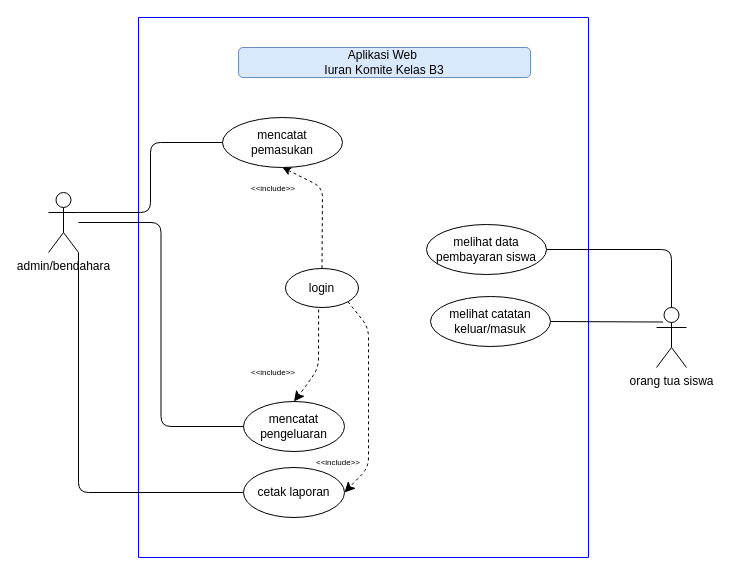
The draw.io diagram komite_al_adaby.drawio in eenattayani/desain, before the edit. Source tidied: cells renumbered, new cells numbered last; positions are measured from the earlier drawing's top-left corner, leaving out a move shared by most shapes. Both pictures are drawn from the tidied source at 100%, with x=0, y=0 at pixel (48, 17).
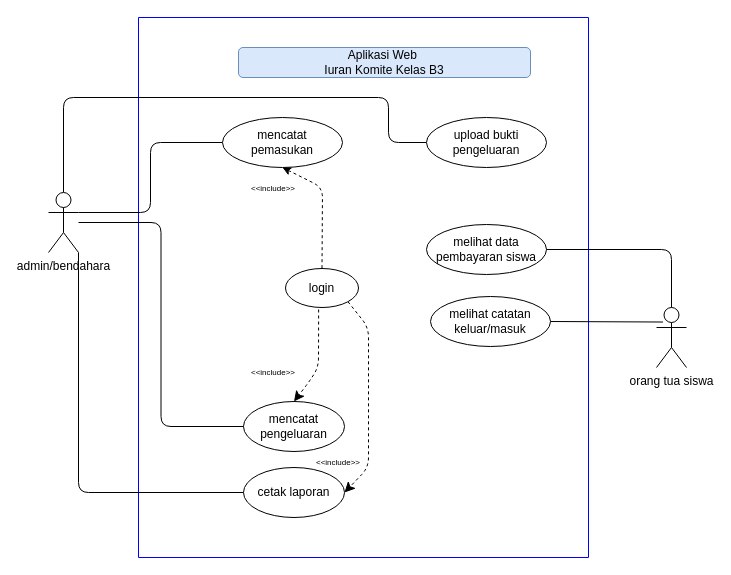
After the change.

The change refers to these unchanged cells:
```xml
<mxCell id="2" style="swimlane;startSize=0;fillColor=#fff2cc;strokeColor=#0000FF;" parent="1" vertex="1">
  <mxGeometry x="90" width="450" height="540" as="geometry" />
</mxCell>
<mxCell id="22" value="admin/bendahara" style="shape=umlActor;verticalLabelPosition=bottom;verticalAlign=top;html=1;outlineConnect=0;" parent="2" vertex="1">
  <mxGeometry x="-90" y="175" width="30" height="60" as="geometry" />
</mxCell>
```

What changed in the source:
```diff
@@
+    <mxCell id="23" style="edgeStyle=orthogonalEdgeStyle;rounded=1;jettySize=auto;html=1;exitX=0.5;exitY=0;exitDx=0;exitDy=0;exitPerimeter=0;entryX=0;entryY=0.5;entryDx=0;entryDy=0;curved=0;endArrow=none;endFill=0;" parent="2" edge="1" source="22" target="24">
+      <mxGeometry relative="1" as="geometry">
+        <Array as="points">
+          <mxPoint x="-75" y="80" />
+          <mxPoint x="250" y="80" />
+          <mxPoint x="250" y="125" />
+        </Array>
+      </mxGeometry>
+    </mxCell>
@@
+    <mxCell id="24" value="upload bukti pengeluaran" style="ellipse;whiteSpace=wrap;html=1;" parent="2" vertex="1">
+      <mxGeometry x="288" y="100" width="120" height="50" as="geometry" />
+    </mxCell>
```
